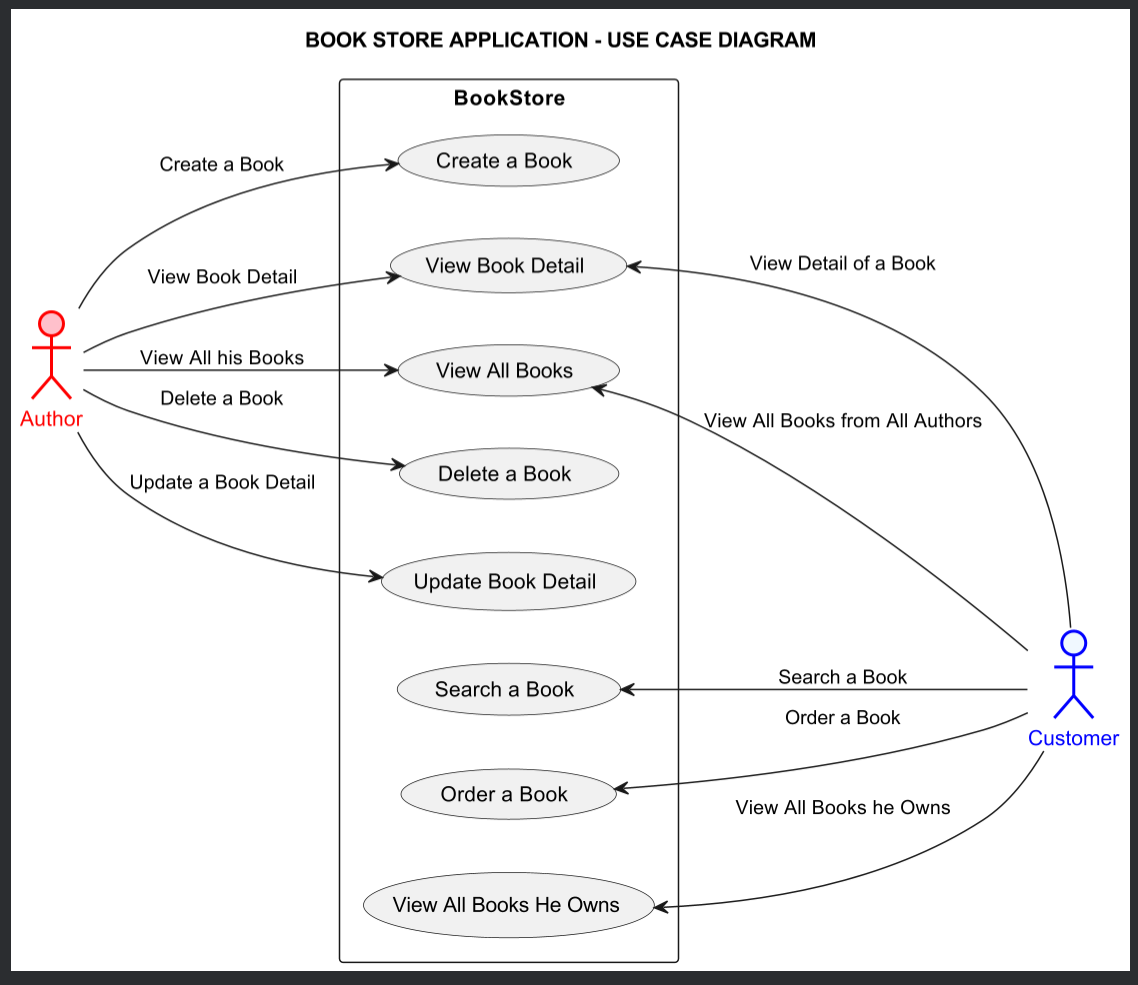
longnca/bookstore-java-app-project keeps this PlantUML diagram as assets/UseCaseDiagram.png. Above is the earlier version. Its source is kept beside it as assets/UseCaseDiagram.puml.
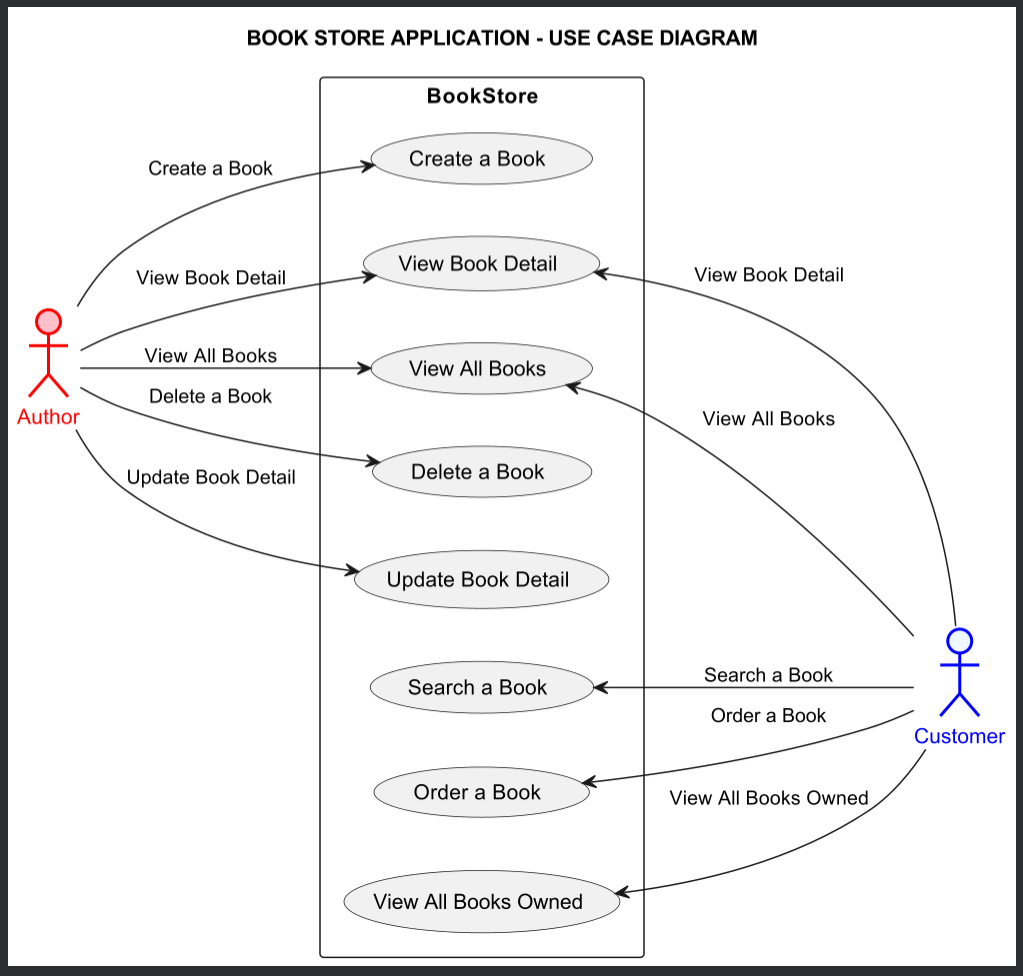
After the commit.

The edit, as a diff of the source:
```diff
@@ -13,20 +13,20 @@
   usecase "Update Book Detail" as UC5
   usecase "Search a Book" as UC6
   usecase "Order a Book" as UC7
-  usecase "View All Books He Owns" as UC8
+  usecase "View All Books Owned" as UC8
 }
 
 Author --> UC1 : Create a Book
 Author --> UC4 : Delete a Book
-Author --> UC5 : Update a Book Detail
+Author --> UC5 : Update Book Detail
 Author --> UC2 : View Book Detail
-Author --> UC3 : View All his Books
+Author --> UC3 : View All Books
 
 
-UC2 <-- Customer : View Detail of a Book
-UC3 <-- Customer : View All Books from All Authors
+UC2 <-- Customer : View Book Detail
+UC3 <-- Customer : View All Books
 UC6 <-- Customer : Search a Book
 UC7 <-- Customer: Order a Book
-UC8 <-- Customer : View All Books he Owns
+UC8 <-- Customer : View All Books Owned
 
 @enduml
```
